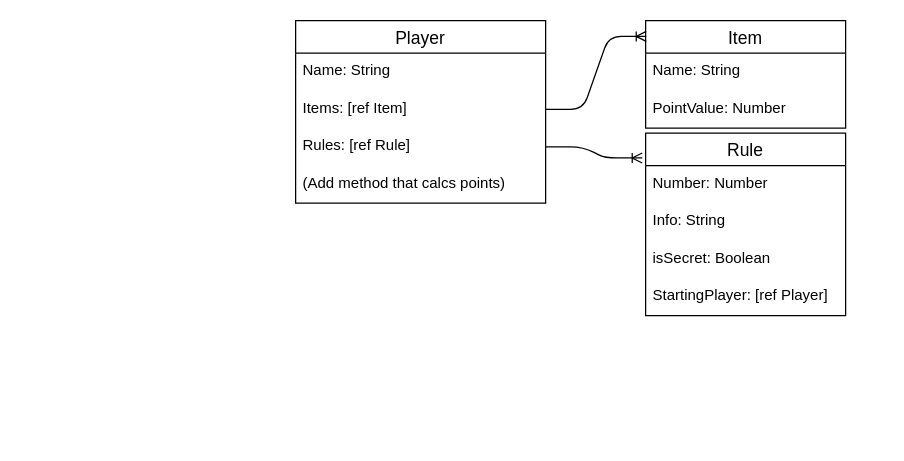
Above: ERD.drawio in DancinSpirit/Haggle (draw.io), before the change. Source tidied: cells renumbered, new cells numbered last; positions are measured from the earlier drawing's top-left corner, leaving out a move shared by most shapes. Both pictures are drawn from the tidied source at 125%, with x=0, y=0 at pixel (295, 20).
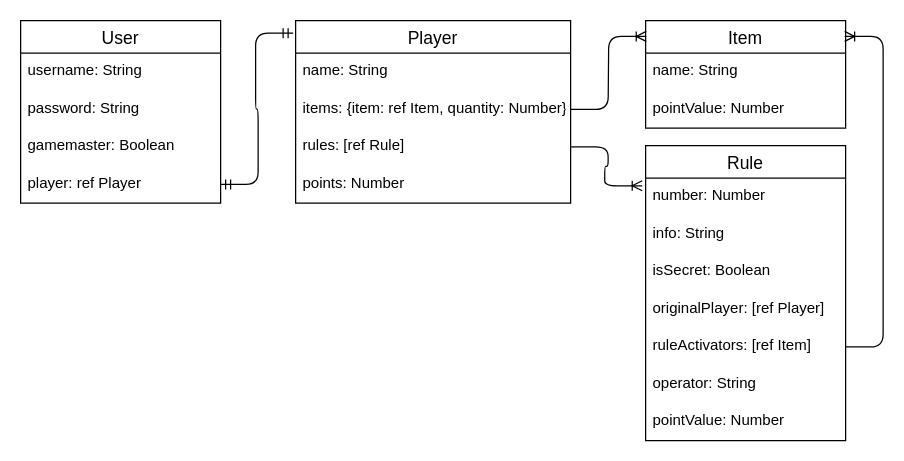
After the change.

Unchanged cells that the change refers to:
```xml
<mxCell id="7" value="Item" style="swimlane;fontStyle=0;horizontal=1;startSize=26;align=center;fontSize=14;" parent="1" vertex="1">
  <mxGeometry x="280" width="160" height="86" as="geometry" />
</mxCell>
```

The edit, as a diff of the source:
```diff
@@
     <mxCell id="2" value="Player" style="swimlane;fontStyle=0;horizontal=1;startSize=26;align=center;fontSize=14;" parent="1" vertex="1">
-      <mxGeometry width="200" height="146" as="geometry" />
+      <mxGeometry width="220" height="146" as="geometry" />
     </mxCell>
-    <mxCell id="3" value="Name: String" style="text;strokeColor=none;fillColor=none;spacingLeft=4;spacingRight=4;overflow=hidden;fontSize=12;" parent="2" vertex="1">
-      <mxGeometry y="26" width="200" height="30" as="geometry" />
+    <mxCell id="3" value="name: String" style="text;strokeColor=none;fillColor=none;spacingLeft=4;spacingRight=4;overflow=hidden;fontSize=12;" parent="2" vertex="1">
+      <mxGeometry y="26" width="220" height="30" as="geometry" />
     </mxCell>
-    <mxCell id="4" value="Items: [ref Item]" style="text;strokeColor=none;fillColor=none;spacingLeft=4;spacingRight=4;overflow=hidden;points=[[0,0.5],[1,0.5]];portConstraint=eastwest;fontSize=12;" parent="2" vertex="1">
-      <mxGeometry y="56" width="200" height="30" as="geometry" />
+    <mxCell id="4" value="items: {item: ref Item, quantity: Number}" style="text;strokeColor=none;fillColor=none;spacingLeft=4;spacingRight=4;overflow=hidden;points=[[0,0.5],[1,0.5]];portConstraint=eastwest;fontSize=12;" parent="2" vertex="1">
+      <mxGeometry y="56" width="220" height="30" as="geometry" />
     </mxCell>
-    <mxCell id="5" value="Rules: [ref Rule]" style="text;strokeColor=none;fillColor=none;spacingLeft=4;spacingRight=4;overflow=hidden;points=[[0,0.5],[1,0.5]];portConstraint=eastwest;fontSize=12;" parent="2" vertex="1">
-      <mxGeometry y="86" width="200" height="30" as="geometry" />
+    <mxCell id="5" value="rules: [ref Rule]" style="text;strokeColor=none;fillColor=none;spacingLeft=4;spacingRight=4;overflow=hidden;points=[[0,0.5],[1,0.5]];portConstraint=eastwest;fontSize=12;" parent="2" vertex="1">
+      <mxGeometry y="86" width="220" height="30" as="geometry" />
     </mxCell>
-    <mxCell id="6" value="(Add method that calcs points)" style="text;strokeColor=none;fillColor=none;spacingLeft=4;spacingRight=4;overflow=hidden;fontSize=12;" parent="2" vertex="1">
-      <mxGeometry y="116" width="200" height="30" as="geometry" />
-    </mxCell>
+    <mxCell id="17" value="points: Number" style="text;strokeColor=none;fillColor=none;spacingLeft=4;spacingRight=4;overflow=hidden;fontSize=12;" parent="2" vertex="1">
+      <mxGeometry y="116" width="220" height="30" as="geometry" />
+    </mxCell>
@@
-    <mxCell id="8" value="Name: String" style="text;strokeColor=none;fillColor=none;spacingLeft=4;spacingRight=4;overflow=hidden;fontSize=12;" parent="7" vertex="1">
+    <mxCell id="8" value="name: String" style="text;strokeColor=none;fillColor=none;spacingLeft=4;spacingRight=4;overflow=hidden;fontSize=12;" parent="7" vertex="1">
       <mxGeometry y="26" width="160" height="30" as="geometry" />
     </mxCell>
-    <mxCell id="9" value="PointValue: Number" style="text;strokeColor=none;fillColor=none;spacingLeft=4;spacingRight=4;overflow=hidden;fontSize=12;" parent="7" vertex="1">
+    <mxCell id="9" value="pointValue: Number" style="text;strokeColor=none;fillColor=none;spacingLeft=4;spacingRight=4;overflow=hidden;fontSize=12;" parent="7" vertex="1">
       <mxGeometry y="56" width="160" height="30" as="geometry" />
     </mxCell>
     <mxCell id="10" value="Rule" style="swimlane;fontStyle=0;horizontal=1;startSize=26;align=center;fontSize=14;" parent="1" vertex="1">
-      <mxGeometry x="280" y="90" width="160" height="146" as="geometry" />
+      <mxGeometry x="280" y="100" width="160" height="236" as="geometry" />
     </mxCell>
-    <mxCell id="11" value="Number: Number" style="text;strokeColor=none;fillColor=none;spacingLeft=4;spacingRight=4;overflow=hidden;fontSize=12;" parent="10" vertex="1">
+    <mxCell id="11" value="number: Number" style="text;strokeColor=none;fillColor=none;spacingLeft=4;spacingRight=4;overflow=hidden;fontSize=12;" parent="10" vertex="1">
       <mxGeometry y="26" width="160" height="30" as="geometry" />
     </mxCell>
-    <mxCell id="12" value="Info: String" style="text;strokeColor=none;fillColor=none;spacingLeft=4;spacingRight=4;overflow=hidden;fontSize=12;" parent="10" vertex="1">
+    <mxCell id="12" value="info: String" style="text;strokeColor=none;fillColor=none;spacingLeft=4;spacingRight=4;overflow=hidden;fontSize=12;" parent="10" vertex="1">
       <mxGeometry y="56" width="160" height="30" as="geometry" />
     </mxCell>
@@
-    <mxCell id="14" value="StartingPlayer: [ref Player]" style="text;strokeColor=none;fillColor=none;spacingLeft=4;spacingRight=4;overflow=hidden;fontSize=12;" parent="10" vertex="1">
+    <mxCell id="14" value="originalPlayer: [ref Player]" style="text;strokeColor=none;fillColor=none;spacingLeft=4;spacingRight=4;overflow=hidden;fontSize=12;" parent="10" vertex="1">
       <mxGeometry y="116" width="160" height="30" as="geometry" />
     </mxCell>
+    <mxCell id="18" value="ruleActivators: [ref Item]" style="text;strokeColor=none;fillColor=none;spacingLeft=4;spacingRight=4;overflow=hidden;points=[[0,0.5],[1,0.5]];portConstraint=eastwest;fontSize=12;" parent="10" vertex="1">
+      <mxGeometry y="146" width="160" height="30" as="geometry" />
+    </mxCell>
+    <mxCell id="19" value="operator: String" style="text;strokeColor=none;fillColor=none;spacingLeft=4;spacingRight=4;overflow=hidden;fontSize=12;" parent="10" vertex="1">
+      <mxGeometry y="176" width="160" height="30" as="geometry" />
+    </mxCell>
+    <mxCell id="20" value="pointValue: Number" style="text;strokeColor=none;fillColor=none;spacingLeft=4;spacingRight=4;overflow=hidden;fontSize=12;" parent="10" vertex="1">
+      <mxGeometry y="206" width="160" height="30" as="geometry" />
+    </mxCell>
@@
+    <mxCell id="21" style="edgeStyle=entityRelationEdgeStyle;fontSize=12;html=1;endArrow=ERoneToMany;entryX=0.995;entryY=0.147;entryDx=0;entryDy=0;entryPerimeter=0;" parent="1" edge="1" source="18" target="7">
+      <mxGeometry relative="1" as="geometry" />
+    </mxCell>
+    <mxCell id="22" value="User" style="swimlane;fontStyle=0;horizontal=1;startSize=26;align=center;fontSize=14;" parent="1" vertex="1">
+      <mxGeometry x="-220" width="160" height="146" as="geometry" />
+    </mxCell>
+    <mxCell id="23" value="username: String" style="text;strokeColor=none;fillColor=none;spacingLeft=4;spacingRight=4;overflow=hidden;fontSize=12;" parent="22" vertex="1">
+      <mxGeometry y="26" width="160" height="30" as="geometry" />
+    </mxCell>
+    <mxCell id="24" value="password: String" style="text;strokeColor=none;fillColor=none;spacingLeft=4;spacingRight=4;overflow=hidden;fontSize=12;" parent="22" vertex="1">
+      <mxGeometry y="56" width="160" height="30" as="geometry" />
+    </mxCell>
+    <mxCell id="25" value="gamemaster: Boolean" style="text;strokeColor=none;fillColor=none;spacingLeft=4;spacingRight=4;overflow=hidden;fontSize=12;" parent="22" vertex="1">
+      <mxGeometry y="86" width="160" height="30" as="geometry" />
+    </mxCell>
+    <mxCell id="26" value="player: ref Player" style="text;strokeColor=none;fillColor=none;spacingLeft=4;spacingRight=4;overflow=hidden;points=[[0,0.5],[1,0.5]];portConstraint=eastwest;fontSize=12;" parent="22" vertex="1">
+      <mxGeometry y="116" width="160" height="30" as="geometry" />
+    </mxCell>
+    <mxCell id="27" style="edgeStyle=entityRelationEdgeStyle;fontSize=12;html=1;endArrow=ERmandOne;startArrow=ERmandOne;exitX=1;exitY=0.5;exitDx=0;exitDy=0;" parent="1" edge="1" source="26">
+      <mxGeometry relative="1" as="geometry">
+        <mxPoint x="-2" y="10" as="targetPoint" />
+      </mxGeometry>
+    </mxCell>
```
